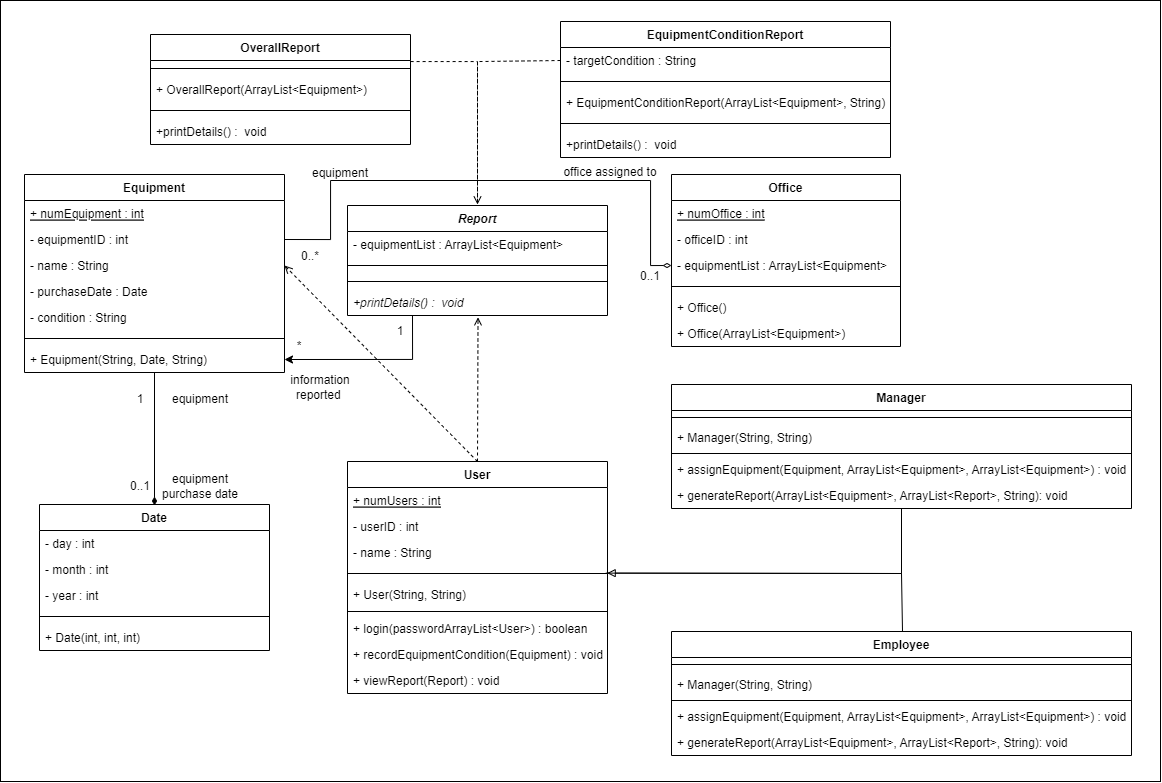
Above: UMLS/Class Diagram.drawio.png in KillaDrex/Asset-Acquisition-Monitoring-System (draw.io), before the change. Source tidied: cells renumbered, new cells last; positions are measured from the earlier drawing's top-left corner, leaving out a move shared by most shapes.
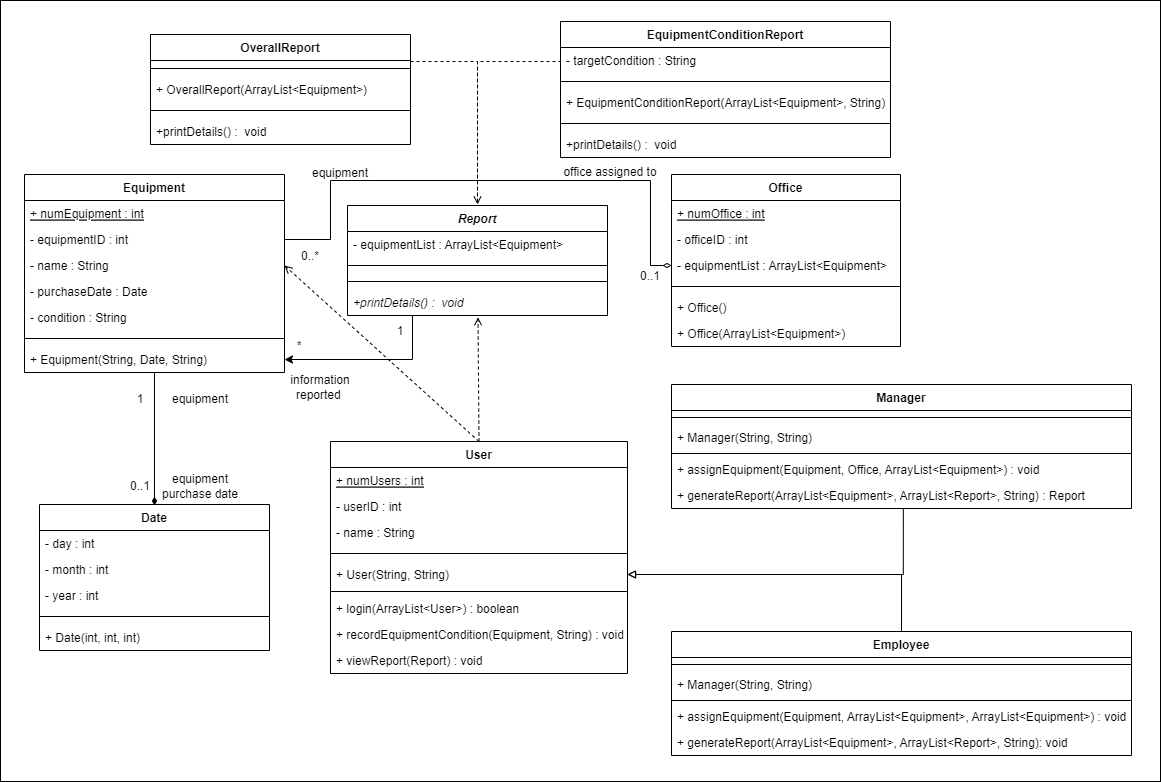
After the commit.

Commit message:
Updated Class Diagram

The edit, as a diff of the source:
```diff
@@ -12,34 +12,34 @@
       <mxGeometry relative="1" as="geometry" />
     </mxCell>
     <mxCell id="5" value="User" style="swimlane;fontStyle=1;align=center;verticalAlign=top;horizontal=1;startSize=26;" parent="1" vertex="1">
-      <mxGeometry x="347" y="461" width="260" height="232" as="geometry" />
+      <mxGeometry x="330" y="441" width="297" height="232" as="geometry" />
     </mxCell>
     <mxCell id="6" value="+ numUsers : int" style="text;strokeColor=none;fillColor=none;align=left;verticalAlign=top;spacingLeft=4;spacingRight=4;overflow=hidden;fontStyle=4;" parent="5" vertex="1">
-      <mxGeometry y="26" width="260" height="26" as="geometry" />
+      <mxGeometry y="26" width="297" height="26" as="geometry" />
     </mxCell>
     <mxCell id="7" value="- userID : int" style="text;strokeColor=none;fillColor=none;align=left;verticalAlign=top;spacingLeft=4;spacingRight=4;overflow=hidden;" parent="5" vertex="1">
-      <mxGeometry y="52" width="260" height="26" as="geometry" />
+      <mxGeometry y="52" width="297" height="26" as="geometry" />
     </mxCell>
     <mxCell id="8" value="- name : String" style="text;strokeColor=none;fillColor=none;align=left;verticalAlign=top;spacingLeft=4;spacingRight=4;overflow=hidden;" parent="5" vertex="1">
-      <mxGeometry y="78" width="260" height="26" as="geometry" />
+      <mxGeometry y="78" width="297" height="26" as="geometry" />
     </mxCell>
     <mxCell id="9" style="line;strokeWidth=1;fillColor=none;align=left;verticalAlign=middle;spacingTop=-1;spacingLeft=3;spacingRight=3;labelPosition=right;" parent="5" vertex="1">
-      <mxGeometry y="104" width="260" height="16" as="geometry" />
+      <mxGeometry y="104" width="297" height="16" as="geometry" />
     </mxCell>
     <mxCell id="10" value="+ User(String, String)" style="text;strokeColor=none;fillColor=none;align=left;verticalAlign=top;spacingLeft=4;spacingRight=4;overflow=hidden;points=[[0,0.5],[1,0.5]];portConstraint=eastwest;" parent="5" vertex="1">
-      <mxGeometry y="120" width="260" height="26" as="geometry" />
+      <mxGeometry y="120" width="297" height="26" as="geometry" />
     </mxCell>
     <mxCell id="11" style="line;strokeWidth=1;fillColor=none;align=left;verticalAlign=middle;spacingTop=-1;spacingLeft=3;spacingRight=3;labelPosition=right;" parent="5" vertex="1">
-      <mxGeometry y="146" width="260" height="8" as="geometry" />
+      <mxGeometry y="146" width="297" height="8" as="geometry" />
     </mxCell>
-    <mxCell id="12" value="+ login(passwordArrayList&lt;User&gt;) : boolean" style="text;strokeColor=none;fillColor=none;align=left;verticalAlign=top;spacingLeft=4;spacingRight=4;overflow=hidden;" parent="5" vertex="1">
-      <mxGeometry y="154" width="260" height="26" as="geometry" />
+    <mxCell id="12" value="+ login(ArrayList&lt;User&gt;) : boolean" style="text;strokeColor=none;fillColor=none;align=left;verticalAlign=top;spacingLeft=4;spacingRight=4;overflow=hidden;" parent="5" vertex="1">
+      <mxGeometry y="154" width="297" height="26" as="geometry" />
     </mxCell>
-    <mxCell id="13" value="+ recordEquipmentCondition(Equipment) : void" style="text;strokeColor=none;fillColor=none;align=left;verticalAlign=top;spacingLeft=4;spacingRight=4;overflow=hidden;" parent="5" vertex="1">
-      <mxGeometry y="180" width="260" height="26" as="geometry" />
+    <mxCell id="13" value="+ recordEquipmentCondition(Equipment, String) : void" style="text;strokeColor=none;fillColor=none;align=left;verticalAlign=top;spacingLeft=4;spacingRight=4;overflow=hidden;" parent="5" vertex="1">
+      <mxGeometry y="180" width="297" height="26" as="geometry" />
     </mxCell>
     <mxCell id="14" value="+ viewReport(Report) : void" style="text;strokeColor=none;fillColor=none;align=left;verticalAlign=top;spacingLeft=4;spacingRight=4;overflow=hidden;" parent="5" vertex="1">
-      <mxGeometry y="206" width="260" height="26" as="geometry" />
+      <mxGeometry y="206" width="297" height="26" as="geometry" />
     </mxCell>
     <mxCell id="15" value="Manager" style="swimlane;fontStyle=1;align=center;verticalAlign=top;horizontal=1;startSize=26;" parent="1" vertex="1">
       <mxGeometry x="671" y="384" width="460" height="124" as="geometry" />
@@ -53,21 +53,15 @@
     <mxCell id="18" style="line;strokeWidth=1;fillColor=none;align=left;verticalAlign=middle;spacingTop=-1;spacingLeft=3;spacingRight=3;labelPosition=right;" parent="15" vertex="1">
       <mxGeometry y="66" width="460" height="6" as="geometry" />
     </mxCell>
-    <mxCell id="19" value="+ assignEquipment(Equipment, ArrayList&lt;Equipment&gt;, ArrayList&lt;Equipment&gt;) : void" style="text;strokeColor=none;fillColor=none;align=left;verticalAlign=top;spacingLeft=4;spacingRight=4;overflow=hidden;" parent="15" vertex="1">
+    <mxCell id="19" value="+ assignEquipment(Equipment, Office, ArrayList&lt;Equipment&gt;) : void" style="text;strokeColor=none;fillColor=none;align=left;verticalAlign=top;spacingLeft=4;spacingRight=4;overflow=hidden;" parent="15" vertex="1">
       <mxGeometry y="72" width="460" height="26" as="geometry" />
     </mxCell>
-    <mxCell id="20" value="+ generateReport(ArrayList&lt;Equipment&gt;, ArrayList&lt;Report&gt;, String): void" style="text;strokeColor=none;fillColor=none;align=left;verticalAlign=top;spacingLeft=4;spacingRight=4;overflow=hidden;points=[[0,0.5],[1,0.5]];portConstraint=eastwest;" parent="15" vertex="1">
+    <mxCell id="20" value="+ generateReport(ArrayList&lt;Equipment&gt;, ArrayList&lt;Report&gt;, String) : Report" style="text;strokeColor=none;fillColor=none;align=left;verticalAlign=top;spacingLeft=4;spacingRight=4;overflow=hidden;points=[[0,0.5],[1,0.5]];portConstraint=eastwest;" parent="15" vertex="1">
       <mxGeometry y="98" width="460" height="26" as="geometry" />
     </mxCell>
-    <mxCell id="21" style="edgeStyle=none;rounded=0;orthogonalLoop=1;jettySize=auto;html=1;exitX=0.5;exitY=0;exitDx=0;exitDy=0;entryX=0.99;entryY=0.476;entryDx=0;entryDy=0;entryPerimeter=0;endArrow=none;endFill=0;" parent="1" edge="1">
-      <mxGeometry relative="1" as="geometry">
-        <mxPoint x="902" y="631" as="sourcePoint" />
-        <mxPoint x="605.4" y="572.6" as="targetPoint" />
-        <Array as="points">
-          <mxPoint x="901" y="573" />
-        </Array>
-      </mxGeometry>
-    </mxCell>
+    <mxCell id="82" style="edgeStyle=orthogonalEdgeStyle;rounded=0;jettySize=auto;html=1;exitX=0.5;exitY=0;exitDx=0;exitDy=0;entryX=1;entryY=0.5;entryDx=0;entryDy=0;startArrow=none;startFill=0;endArrow=block;endFill=0;strokeWidth=1;" parent="1" edge="1" source="22" target="10">
+      <mxGeometry relative="1" as="geometry" />
+    </mxCell>
     <mxCell id="22" value="Employee" style="swimlane;fontStyle=1;align=center;verticalAlign=top;horizontal=1;startSize=26;" parent="1" vertex="1">
       <mxGeometry x="671" y="631" width="460" height="124" as="geometry" />
     </mxCell>
@@ -226,14 +220,6 @@
     <mxCell id="68" value="+ Date(int, int, int)" style="text;strokeColor=none;fillColor=none;align=left;verticalAlign=top;spacingLeft=4;spacingRight=4;overflow=hidden;" parent="63" vertex="1">
       <mxGeometry y="120" width="230" height="26" as="geometry" />
     </mxCell>
-    <mxCell id="69" style="rounded=0;jettySize=auto;html=1;entryX=0.995;entryY=0.476;entryDx=0;entryDy=0;entryPerimeter=0;endArrow=block;endFill=0;" parent="1" edge="1" source="20">
-      <mxGeometry relative="1" as="geometry">
-        <mxPoint x="606.7" y="572.6" as="targetPoint" />
-        <Array as="points">
-          <mxPoint x="901" y="573" />
-        </Array>
-      </mxGeometry>
-    </mxCell>
     <mxCell id="70" style="edgeStyle=orthogonalEdgeStyle;rounded=0;jettySize=auto;html=1;exitX=0;exitY=0.5;exitDx=0;exitDy=0;entryX=0.5;entryY=0;entryDx=0;entryDy=0;endArrow=none;endFill=0;dashed=1;" parent="1" edge="1" source="57" target="45">
       <mxGeometry relative="1" as="geometry">
         <Array as="points">
@@ -275,5 +261,12 @@
     <mxCell id="81" value="1" style="text;html=1;strokeColor=none;fillColor=none;align=center;verticalAlign=middle;whiteSpace=wrap;rounded=0;" parent="1" vertex="1">
       <mxGeometry x="370" y="316" width="60" height="30" as="geometry" />
     </mxCell>
+    <mxCell id="83" style="edgeStyle=orthogonalEdgeStyle;rounded=0;jettySize=auto;html=1;entryX=1;entryY=0.5;entryDx=0;entryDy=0;startArrow=none;startFill=0;endArrow=block;endFill=0;strokeWidth=1;exitX=0.504;exitY=0.993;exitDx=0;exitDy=0;exitPerimeter=0;" parent="1" edge="1" source="20" target="10">
+      <mxGeometry relative="1" as="geometry">
+        <Array as="points">
+          <mxPoint x="903" y="574" />
+        </Array>
+      </mxGeometry>
+    </mxCell>
   </root>
 </mxGraphModel>
```
